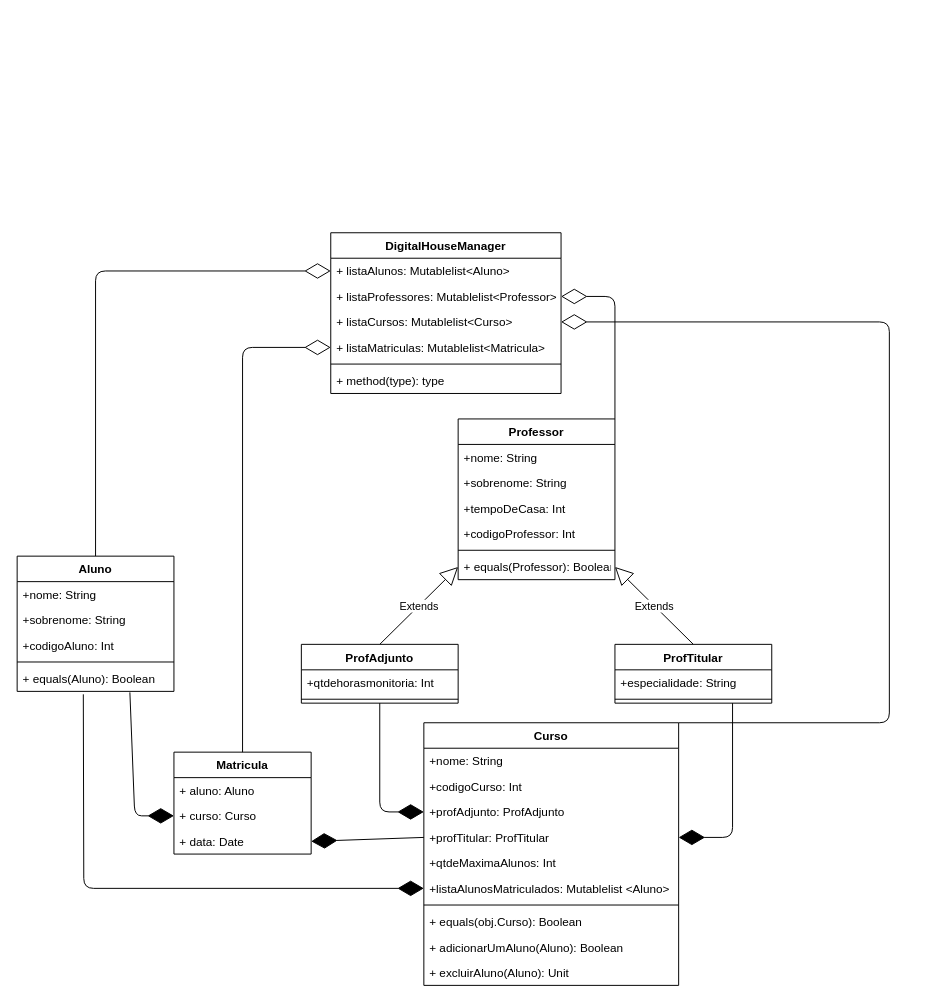
The draw.io diagram uml_desafioKotlin.drawio in italohmsilva/desafioKotlin, before the edit. Source tidied: cells renumbered, new cells numbered last; positions are measured from the earlier drawing's top-left corner, leaving out a move shared by most shapes. Both pictures are drawn from the tidied source at 98%, with x=0, y=0 at pixel (17, 232).
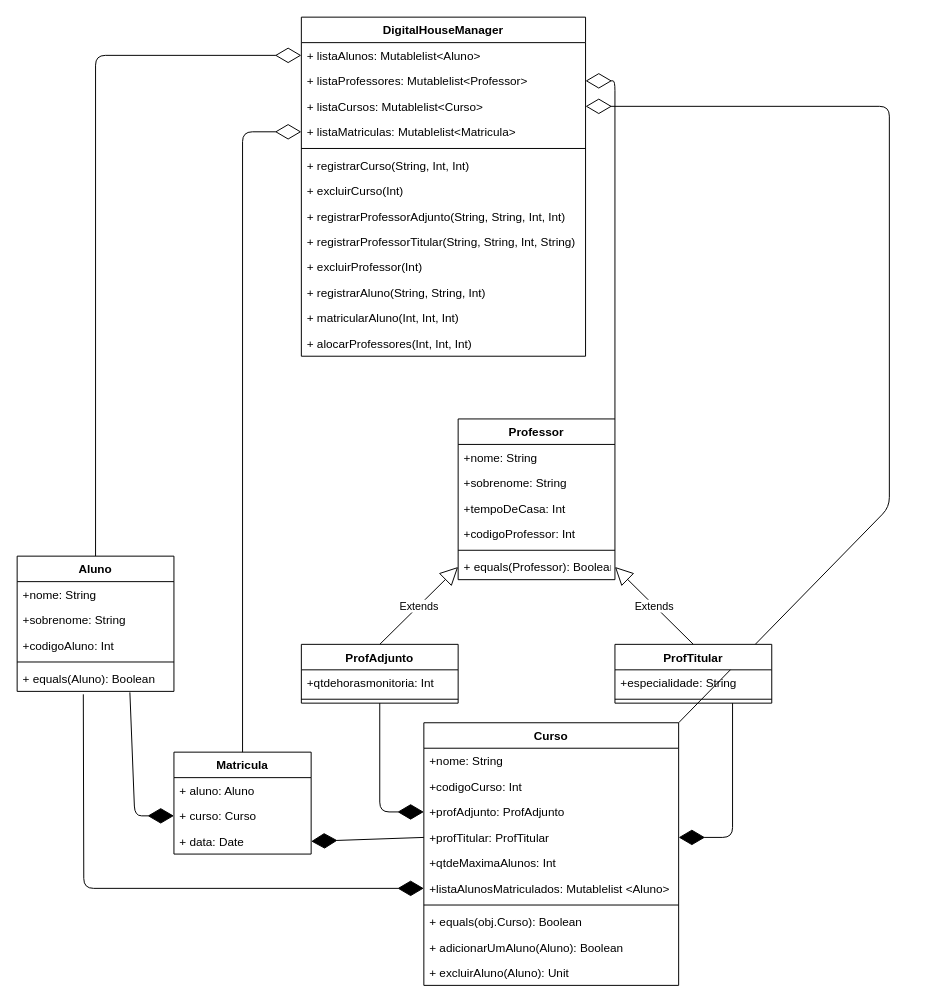
The same page after the edit.

The change refers to these unchanged cells:
```xml
<mxCell id="13" value="Curso" style="swimlane;fontStyle=1;align=center;verticalAlign=top;horizontal=1;startSize=26;" parent="1" vertex="1">
  <mxGeometry x="415" y="500" width="260" height="268" as="geometry" />
</mxCell>
<mxCell id="24" value="Matricula" style="swimlane;fontStyle=1;horizontal=1;startSize=26;fillColor=none;" parent="1" vertex="1">
  <mxGeometry x="160" y="530" width="140" height="104" as="geometry" />
</mxCell>
<mxCell id="28" value="Professor" style="swimlane;fontStyle=1;align=center;verticalAlign=top;horizontal=1;startSize=26;" parent="1" vertex="1">
  <mxGeometry x="450" y="190" width="160" height="164" as="geometry" />
</mxCell>
<mxCell id="41" value="Aluno" style="swimlane;fontStyle=1;align=center;verticalAlign=top;horizontal=1;startSize=26;" parent="1" vertex="1">
  <mxGeometry y="330" width="160" height="138" as="geometry" />
</mxCell>
```

What changed in the source:
```diff
@@
     <mxCell id="9" style="endArrow=diamondThin;endFill=0;endSize=24;html=1;entryX=0;entryY=0.5;entryDx=0;entryDy=0;exitX=0.5;exitY=0;exitDx=0;exitDy=0;" parent="1" edge="1" source="41" target="48">
       <mxGeometry relative="1" as="geometry">
         <Array as="points">
-          <mxPoint x="80" y="39" />
+          <mxPoint x="80" y="-181" />
         </Array>
       </mxGeometry>
     </mxCell>
     <mxCell id="10" style="endArrow=diamondThin;endFill=0;endSize=24;html=1;entryX=0;entryY=0.5;entryDx=0;entryDy=0;exitX=0.5;exitY=0;exitDx=0;exitDy=0;" parent="1" edge="1" source="24" target="51">
       <mxGeometry relative="1" as="geometry">
         <Array as="points">
-          <mxPoint x="230" y="117" />
+          <mxPoint x="230" y="-103" />
         </Array>
       </mxGeometry>
     </mxCell>
     <mxCell id="11" style="endArrow=diamondThin;endFill=0;endSize=24;html=1;exitX=1;exitY=0;exitDx=0;exitDy=0;entryX=1;entryY=0.5;entryDx=0;entryDy=0;" parent="1" edge="1" source="28" target="49">
       <mxGeometry relative="1" as="geometry">
         <Array as="points">
-          <mxPoint x="610" y="65" />
+          <mxPoint x="610" y="-155" />
         </Array>
       </mxGeometry>
     </mxCell>
     <mxCell id="12" style="endArrow=diamondThin;endFill=0;endSize=24;html=1;exitX=1;exitY=0;exitDx=0;exitDy=0;entryX=1;entryY=0.5;entryDx=0;entryDy=0;" parent="1" edge="1" source="13" target="50">
       <mxGeometry relative="1" as="geometry">
         <Array as="points">
-          <mxPoint x="890" y="500" />
-          <mxPoint x="890" y="91" />
+          <mxPoint x="890" y="280" />
+          <mxPoint x="890" y="-129" />
         </Array>
       </mxGeometry>
     </mxCell>
+    <mxCell id="47" value="DigitalHouseManager" style="swimlane;fontStyle=1;align=center;verticalAlign=top;horizontal=1;startSize=26;" parent="1" vertex="1">
+      <mxGeometry x="290" y="-220" width="290" height="346" as="geometry" />
+    </mxCell>
+    <mxCell id="48" value="+ listaAlunos: Mutablelist&lt;Aluno&gt;" style="text;strokeColor=none;fillColor=none;align=left;verticalAlign=top;spacingLeft=4;spacingRight=4;overflow=hidden;points=[[0,0.5],[1,0.5]];portConstraint=eastwest;" parent="47" vertex="1">
+      <mxGeometry y="26" width="290" height="26" as="geometry" />
+    </mxCell>
+    <mxCell id="49" value="+ listaProfessores: Mutablelist&lt;Professor&gt;" style="text;strokeColor=none;fillColor=none;align=left;verticalAlign=top;spacingLeft=4;spacingRight=4;overflow=hidden;points=[[0,0.5],[1,0.5]];portConstraint=eastwest;" parent="47" vertex="1">
+      <mxGeometry y="52" width="290" height="26" as="geometry" />
+    </mxCell>
+    <mxCell id="50" value="+ listaCursos: Mutablelist&lt;Curso&gt;" style="text;strokeColor=none;fillColor=none;align=left;verticalAlign=top;spacingLeft=4;spacingRight=4;overflow=hidden;points=[[0,0.5],[1,0.5]];portConstraint=eastwest;" parent="47" vertex="1">
+      <mxGeometry y="78" width="290" height="26" as="geometry" />
+    </mxCell>
+    <mxCell id="51" value="+ listaMatriculas: Mutablelist&lt;Matricula&gt;" style="text;strokeColor=none;fillColor=none;align=left;verticalAlign=top;spacingLeft=4;spacingRight=4;overflow=hidden;points=[[0,0.5],[1,0.5]];portConstraint=eastwest;" parent="47" vertex="1">
+      <mxGeometry y="104" width="290" height="26" as="geometry" />
+    </mxCell>
+    <mxCell id="52" style="line;strokeWidth=1;fillColor=none;align=left;verticalAlign=middle;spacingTop=-1;spacingLeft=3;spacingRight=3;labelPosition=right;" parent="47" vertex="1">
+      <mxGeometry y="130" width="290" height="8" as="geometry" />
+    </mxCell>
+    <mxCell id="53" value="+ registrarCurso(String, Int, Int)" style="text;strokeColor=none;fillColor=none;align=left;verticalAlign=top;spacingLeft=4;spacingRight=4;overflow=hidden;" parent="47" vertex="1">
+      <mxGeometry y="138" width="290" height="26" as="geometry" />
+    </mxCell>
+    <mxCell id="54" value="+ excluirCurso(Int)" style="text;strokeColor=none;fillColor=none;align=left;verticalAlign=top;spacingLeft=4;spacingRight=4;overflow=hidden;" parent="47" vertex="1">
+      <mxGeometry y="164" width="290" height="26" as="geometry" />
+    </mxCell>
+    <mxCell id="55" value="+ registrarProfessorAdjunto(String, String, Int, Int)" style="text;strokeColor=none;fillColor=none;align=left;verticalAlign=top;spacingLeft=4;spacingRight=4;overflow=hidden;" parent="47" vertex="1">
+      <mxGeometry y="190" width="290" height="26" as="geometry" />
+    </mxCell>
+    <mxCell id="56" value="+ registrarProfessorTitular(String, String, Int, String)" style="text;strokeColor=none;fillColor=none;align=left;verticalAlign=top;spacingLeft=4;spacingRight=4;overflow=hidden;" parent="47" vertex="1">
+      <mxGeometry y="216" width="290" height="26" as="geometry" />
+    </mxCell>
+    <mxCell id="57" value="+ excluirProfessor(Int)" style="text;strokeColor=none;fillColor=none;align=left;verticalAlign=top;spacingLeft=4;spacingRight=4;overflow=hidden;" parent="47" vertex="1">
+      <mxGeometry y="242" width="290" height="26" as="geometry" />
+    </mxCell>
+    <mxCell id="58" value="+ registrarAluno(String, String, Int)" style="text;strokeColor=none;fillColor=none;align=left;verticalAlign=top;spacingLeft=4;spacingRight=4;overflow=hidden;" parent="47" vertex="1">
+      <mxGeometry y="268" width="290" height="26" as="geometry" />
+    </mxCell>
+    <mxCell id="59" value="+ matricularAluno(Int, Int, Int)" style="text;strokeColor=none;fillColor=none;align=left;verticalAlign=top;spacingLeft=4;spacingRight=4;overflow=hidden;" parent="47" vertex="1">
+      <mxGeometry y="294" width="290" height="26" as="geometry" />
+    </mxCell>
+    <mxCell id="60" value="+ alocarProfessores(Int, Int, Int)" style="text;strokeColor=none;fillColor=none;align=left;verticalAlign=top;spacingLeft=4;spacingRight=4;overflow=hidden;" parent="47" vertex="1">
+      <mxGeometry y="320" width="290" height="26" as="geometry" />
+    </mxCell>
@@
-    <mxCell id="47" value="DigitalHouseManager" style="swimlane;fontStyle=1;align=center;verticalAlign=top;horizontal=1;startSize=26;" parent="1" vertex="1">
-      <mxGeometry x="320" width="235" height="164" as="geometry" />
-    </mxCell>
-    <mxCell id="48" value="+ listaAlunos: Mutablelist&lt;Aluno&gt;" style="text;strokeColor=none;fillColor=none;align=left;verticalAlign=top;spacingLeft=4;spacingRight=4;overflow=hidden;points=[[0,0.5],[1,0.5]];portConstraint=eastwest;" parent="47" vertex="1">
-      <mxGeometry y="26" width="235" height="26" as="geometry" />
-    </mxCell>
-    <mxCell id="49" value="+ listaProfessores: Mutablelist&lt;Professor&gt;" style="text;strokeColor=none;fillColor=none;align=left;verticalAlign=top;spacingLeft=4;spacingRight=4;overflow=hidden;points=[[0,0.5],[1,0.5]];portConstraint=eastwest;" parent="47" vertex="1">
-      <mxGeometry y="52" width="235" height="26" as="geometry" />
-    </mxCell>
-    <mxCell id="50" value="+ listaCursos: Mutablelist&lt;Curso&gt;" style="text;strokeColor=none;fillColor=none;align=left;verticalAlign=top;spacingLeft=4;spacingRight=4;overflow=hidden;points=[[0,0.5],[1,0.5]];portConstraint=eastwest;" parent="47" vertex="1">
-      <mxGeometry y="78" width="235" height="26" as="geometry" />
-    </mxCell>
-    <mxCell id="51" value="+ listaMatriculas: Mutablelist&lt;Matricula&gt;" style="text;strokeColor=none;fillColor=none;align=left;verticalAlign=top;spacingLeft=4;spacingRight=4;overflow=hidden;points=[[0,0.5],[1,0.5]];portConstraint=eastwest;" parent="47" vertex="1">
-      <mxGeometry y="104" width="235" height="26" as="geometry" />
-    </mxCell>
-    <mxCell id="52" style="line;strokeWidth=1;fillColor=none;align=left;verticalAlign=middle;spacingTop=-1;spacingLeft=3;spacingRight=3;labelPosition=right;" parent="47" vertex="1">
-      <mxGeometry y="130" width="235" height="8" as="geometry" />
-    </mxCell>
-    <mxCell id="53" value="+ method(type): type" style="text;strokeColor=none;fillColor=none;align=left;verticalAlign=top;spacingLeft=4;spacingRight=4;overflow=hidden;" parent="47" vertex="1">
-      <mxGeometry y="138" width="235" height="26" as="geometry" />
-    </mxCell>
```
